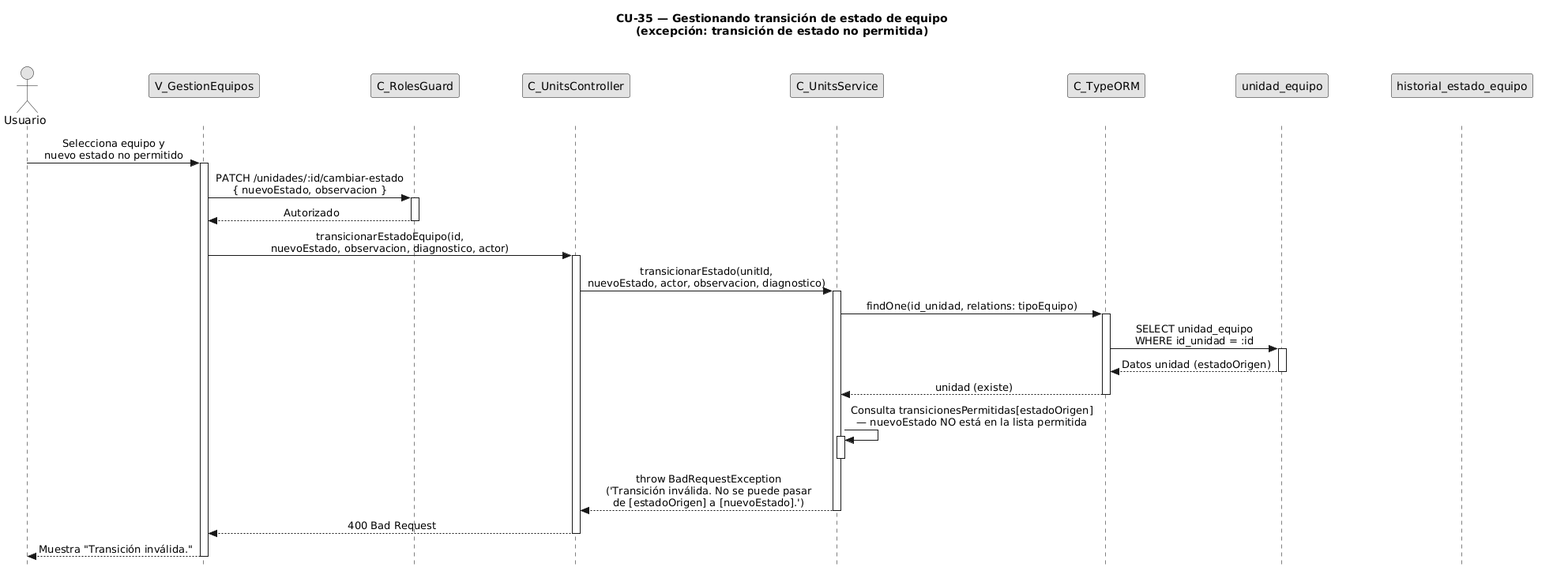
Before: diagramas/diagramas-secuencia/CU35/CU35-exc-transicion-invalida.png, a diagram exported from PlantUML (FSM-Finet-y-Cable-Magico/Team_1-Inventario-y-Bodega).
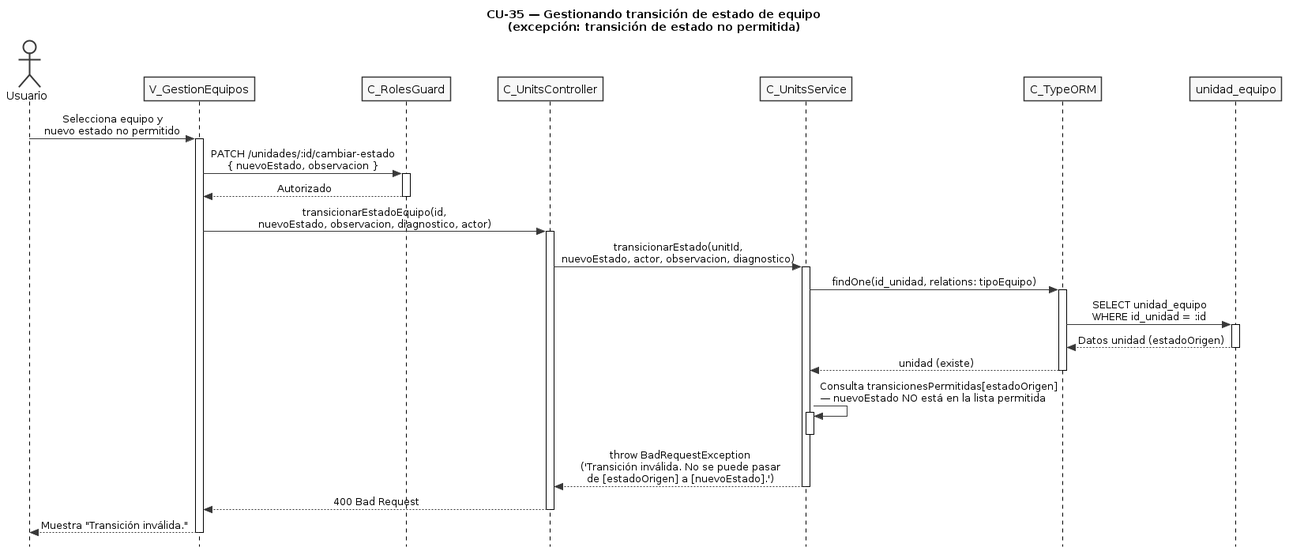
Later version of the same file.

Change to the diagram source:
```diff
@@ -5,16 +5,8 @@
 skinparam monochrome true
 skinparam shadowing false
 skinparam sequenceMessageAlign center
-<style>
-sequenceDiagram {
-  participant {
-    Margin 35
-  }
-  actor {
-    Margin 15
-  }
-}
-</style>
+skinparam ParticipantPadding 25
+skinparam ActorPadding 20
 skinparam sequence {
   MessageAlign center
   LifeLineBorderColor black
@@ -28,7 +20,6 @@
 participant "C_UnitsService" as svc
 participant "C_TypeORM" as orm
 participant "unidad_equipo" as uent
-participant "historial_estado_equipo" as hent
 
 user -> view : Selecciona equipo y\nnuevo estado no permitido
 activate view
```
